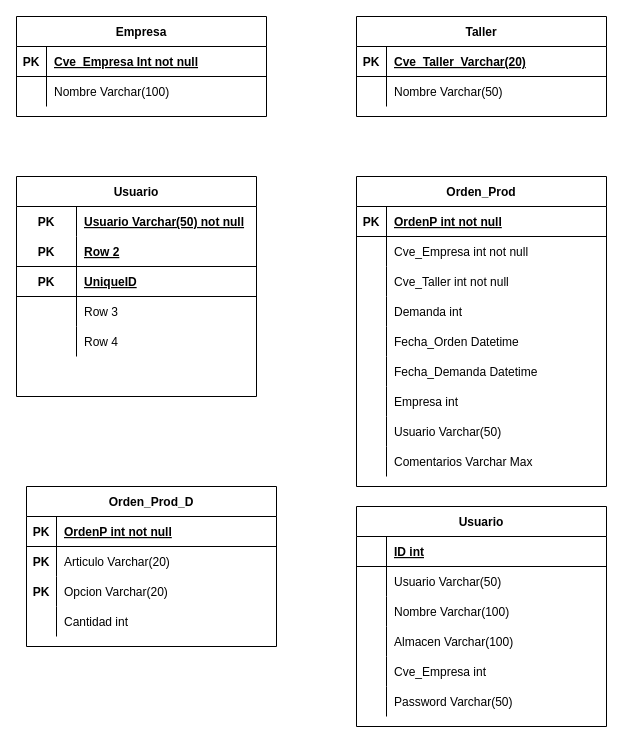
ericF83/DiagramasDBIG015 keeps this draw.io diagram as Diagrama sin título.drawio. Above is the earlier version. Source tidied: cells renumbered, new cells numbered last; positions are measured from the earlier drawing's top-left corner, leaving out a move shared by most shapes. Both pictures are drawn from the tidied source at 100%, with x=0, y=0 at pixel (16, 16).
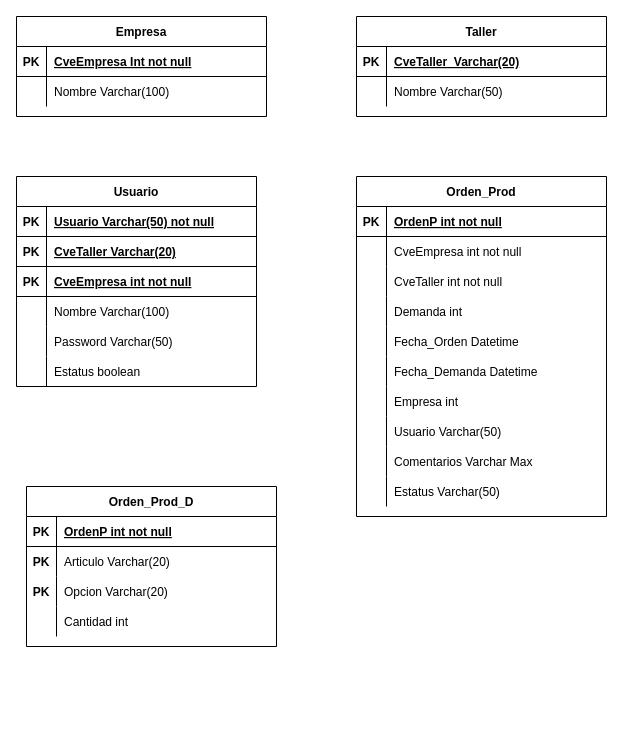
After the change.

The change refers to these unchanged cells:
```xml
<mxCell id="22" style="shape=partialRectangle;fillColor=none;top=0;left=0;right=0;bottom=1;" parent="21" vertex="1">
  <mxGeometry y="30" width="250" height="30" as="geometry" />
</mxCell>
<mxCell id="29" style="shape=partialRectangle;fillColor=none;top=0;left=0;right=0;bottom=1;" parent="28" vertex="1">
  <mxGeometry y="30" width="250" height="30" as="geometry" />
</mxCell>
<mxCell id="39" style="shape=partialRectangle;fillColor=none;top=0;left=0;right=0;bottom=1;strokeColor=none;" parent="35" vertex="1">
  <mxGeometry y="60" width="250" height="30" as="geometry" />
</mxCell>
<mxCell id="42" style="shape=partialRectangle;fillColor=none;top=0;left=0;right=0;bottom=1;strokeColor=none;" parent="35" vertex="1">
  <mxGeometry y="90" width="250" height="30" as="geometry" />
</mxCell>
```

Diff of the diagram source:
```diff
@@
-    <mxCell id="2" value="Usuario" style="shape=table;startSize=30;childLayout=tableLayout;rowLines=0;fontStyle=1;align=center;" parent="1" vertex="1">
-      <mxGeometry x="340" y="490" width="250" height="220" as="geometry" />
-    </mxCell>
-    <mxCell id="3" style="shape=partialRectangle;fillColor=none;top=0;left=0;right=0;bottom=1;strokeColor=default;" parent="2" vertex="1">
-      <mxGeometry y="30" width="250" height="30" as="geometry" />
-    </mxCell>
-    <mxCell id="4" style="shape=partialRectangle;overflow=hidden;fillColor=none;top=0;left=0;bottom=0;right=0;fontStyle=1;" parent="3" vertex="1">
-      <mxGeometry width="30" height="30" as="geometry" />
-    </mxCell>
-    <mxCell id="5" value="ID int" style="shape=partialRectangle;overflow=hidden;fillColor=none;top=0;left=0;bottom=0;right=0;align=left;spacingLeft=6;fontStyle=5;strokeColor=default;" parent="3" vertex="1">
-      <mxGeometry x="30" width="220" height="30" as="geometry" />
-    </mxCell>
-    <mxCell id="6" style="shape=partialRectangle;fillColor=none;top=0;left=0;right=0;bottom=0;strokeColor=default;" parent="2" vertex="1">
-      <mxGeometry y="60" width="250" height="30" as="geometry" />
-    </mxCell>
-    <mxCell id="7" style="shape=partialRectangle;overflow=hidden;fillColor=none;top=0;left=0;bottom=0;right=0;" parent="6" vertex="1">
-      <mxGeometry width="30" height="30" as="geometry" />
-    </mxCell>
-    <mxCell id="8" value="Usuario Varchar(50)" style="shape=partialRectangle;overflow=hidden;fillColor=none;top=0;left=0;bottom=0;right=0;align=left;spacingLeft=6;strokeColor=#000000;" parent="6" vertex="1">
-      <mxGeometry x="30" width="220" height="30" as="geometry" />
-    </mxCell>
-    <mxCell id="9" style="shape=partialRectangle;top=0;left=0;right=0;bottom=0;fillColor=none;perimeterSpacing=0;" parent="2" vertex="1">
-      <mxGeometry y="90" width="250" height="30" as="geometry" />
-    </mxCell>
-    <mxCell id="10" style="shape=partialRectangle;overflow=hidden;fillColor=none;top=0;left=0;bottom=0;right=0;" parent="9" vertex="1">
-      <mxGeometry width="30" height="30" as="geometry" />
-    </mxCell>
-    <mxCell id="11" value="Nombre Varchar(100)" style="shape=partialRectangle;overflow=hidden;fillColor=none;top=0;left=0;bottom=0;right=0;align=left;spacingLeft=6;" parent="9" vertex="1">
-      <mxGeometry x="30" width="220" height="30" as="geometry" />
-    </mxCell>
-    <mxCell id="12" style="shape=partialRectangle;fillColor=none;top=0;left=0;right=0;bottom=0;" parent="2" vertex="1">
-      <mxGeometry y="120" width="250" height="30" as="geometry" />
-    </mxCell>
-    <mxCell id="13" style="shape=partialRectangle;overflow=hidden;fillColor=none;top=0;left=0;bottom=0;right=0;" parent="12" vertex="1">
-      <mxGeometry width="30" height="30" as="geometry" />
-    </mxCell>
-    <mxCell id="14" value="Almacen Varchar(100)" style="shape=partialRectangle;overflow=hidden;fillColor=none;top=0;left=0;bottom=0;right=0;align=left;spacingLeft=6;" parent="12" vertex="1">
-      <mxGeometry x="30" width="220" height="30" as="geometry" />
-    </mxCell>
-    <mxCell id="15" style="shape=partialRectangle;fillColor=none;top=0;left=0;right=0;bottom=0;" parent="2" vertex="1">
-      <mxGeometry y="150" width="250" height="30" as="geometry" />
-    </mxCell>
-    <mxCell id="16" style="shape=partialRectangle;overflow=hidden;fillColor=none;top=0;left=0;bottom=0;right=0;" parent="15" vertex="1">
-      <mxGeometry width="30" height="30" as="geometry" />
-    </mxCell>
-    <mxCell id="17" value="Cve_Empresa int" style="shape=partialRectangle;overflow=hidden;fillColor=none;top=0;left=0;bottom=0;right=0;align=left;spacingLeft=6;" parent="15" vertex="1">
-      <mxGeometry x="30" width="220" height="30" as="geometry" />
-    </mxCell>
-    <mxCell id="18" style="shape=partialRectangle;fillColor=none;top=0;left=0;right=0;bottom=0;" parent="2" vertex="1">
-      <mxGeometry y="180" width="250" height="30" as="geometry" />
-    </mxCell>
-    <mxCell id="19" style="shape=partialRectangle;overflow=hidden;fillColor=none;top=0;left=0;bottom=0;right=0;" parent="18" vertex="1">
-      <mxGeometry width="30" height="30" as="geometry" />
-    </mxCell>
-    <mxCell id="20" value="Password Varchar(50)" style="shape=partialRectangle;overflow=hidden;fillColor=none;top=0;left=0;bottom=0;right=0;align=left;spacingLeft=6;" parent="18" vertex="1">
-      <mxGeometry x="30" width="220" height="30" as="geometry" />
-    </mxCell>
@@
-    <mxCell id="24" value="Cve_Empresa Int not null" style="shape=partialRectangle;overflow=hidden;fillColor=none;top=0;left=0;bottom=0;right=0;align=left;spacingLeft=6;fontStyle=5;" parent="22" vertex="1">
+    <mxCell id="24" value="CveEmpresa Int not null" style="shape=partialRectangle;overflow=hidden;fillColor=none;top=0;left=0;bottom=0;right=0;align=left;spacingLeft=6;fontStyle=5;" parent="22" vertex="1">
       <mxGeometry x="30" width="220" height="30" as="geometry" />
     </mxCell>
@@
-    <mxCell id="31" value="Cve_Taller  Varchar(20)" style="shape=partialRectangle;overflow=hidden;fillColor=none;top=0;left=0;bottom=0;right=0;align=left;spacingLeft=6;fontStyle=5;" parent="29" vertex="1">
+    <mxCell id="31" value="CveTaller  Varchar(20)" style="shape=partialRectangle;overflow=hidden;fillColor=none;top=0;left=0;bottom=0;right=0;align=left;spacingLeft=6;fontStyle=5;" parent="29" vertex="1">
       <mxGeometry x="30" width="220" height="30" as="geometry" />
     </mxCell>
@@
     <mxCell id="35" value="Orden_Prod" style="shape=table;startSize=30;childLayout=tableLayout;rowLines=0;fontStyle=1;align=center;" parent="1" vertex="1">
-      <mxGeometry x="340" y="160" width="250" height="310" as="geometry" />
+      <mxGeometry x="340" y="160" width="250" height="340" as="geometry" />
     </mxCell>
@@
-    <mxCell id="41" value="Cve_Empresa int not null" style="shape=partialRectangle;overflow=hidden;fillColor=none;top=0;left=0;bottom=0;right=0;align=left;spacingLeft=6;fontStyle=0;" parent="39" vertex="1">
+    <mxCell id="41" value="CveEmpresa int not null" style="shape=partialRectangle;overflow=hidden;fillColor=none;top=0;left=0;bottom=0;right=0;align=left;spacingLeft=6;fontStyle=0;" parent="39" vertex="1">
       <mxGeometry x="30" width="220" height="30" as="geometry" />
     </mxCell>
@@
-    <mxCell id="44" value="Cve_Taller int not null" style="shape=partialRectangle;overflow=hidden;fillColor=none;top=0;left=0;bottom=0;right=0;align=left;spacingLeft=6;fontStyle=0;" parent="42" vertex="1">
+    <mxCell id="44" value="CveTaller int not null" style="shape=partialRectangle;overflow=hidden;fillColor=none;top=0;left=0;bottom=0;right=0;align=left;spacingLeft=6;fontStyle=0;" parent="42" vertex="1">
       <mxGeometry x="30" width="220" height="30" as="geometry" />
     </mxCell>
@@
+    <mxCell id="92" style="shape=tableRow;horizontal=0;startSize=0;swimlaneHead=0;swimlaneBody=0;fillColor=none;top=0;left=0;right=0;bottom=0;" parent="35" vertex="1">
+      <mxGeometry y="300" width="250" height="30" as="geometry" />
+    </mxCell>
+    <mxCell id="93" style="shape=partialRectangle;fillColor=none;top=0;left=0;bottom=0;right=0;overflow=hidden;" parent="92" vertex="1">
+      <mxGeometry width="30" height="30" as="geometry" />
+    </mxCell>
+    <mxCell id="94" value="Estatus Varchar(50)" style="shape=partialRectangle;fillColor=none;top=0;left=0;bottom=0;right=0;align=left;spacingLeft=6;overflow=hidden;" parent="92" vertex="1">
+      <mxGeometry x="30" width="220" height="30" as="geometry" />
+    </mxCell>
@@
-    <mxCell id="76" value="Usuario" style="shape=table;startSize=30;childLayout=tableLayout;rowLines=0;fontStyle=1;align=center;strokeColor=default;fillColor=none;" parent="1" vertex="1">
-      <mxGeometry y="160" width="240" height="220" as="geometry" />
-    </mxCell>
-    <mxCell id="77" style="shape=tableRow;horizontal=0;startSize=0;swimlaneHead=0;swimlaneBody=0;fillColor=none;top=0;left=0;right=0;bottom=0;strokeColor=default;" parent="76" vertex="1">
-      <mxGeometry y="30" width="240" height="30" as="geometry" />
-    </mxCell>
-    <mxCell id="78" value="PK" style="shape=partialRectangle;fillColor=none;top=0;left=0;bottom=0;right=0;fontStyle=1;overflow=hidden;strokeColor=default;" parent="77" vertex="1">
-      <mxGeometry width="60" height="30" as="geometry" />
-    </mxCell>
+    <mxCell id="2" value="Usuario" style="shape=table;startSize=30;childLayout=tableLayout;rowLines=0;fontStyle=1;align=center;" parent="1" vertex="1">
+      <mxGeometry y="160" width="240" height="210" as="geometry" />
+    </mxCell>
+    <mxCell id="95" style="shape=tableRow;horizontal=0;startSize=0;swimlaneHead=0;swimlaneBody=0;fillColor=none;top=0;left=0;right=0;bottom=1;" parent="2" vertex="1">
+      <mxGeometry y="30" width="240" height="30" as="geometry" />
+    </mxCell>
+    <mxCell id="96" value="PK" style="shape=partialRectangle;fillColor=none;top=0;left=0;bottom=0;right=0;fontStyle=1;overflow=hidden;" parent="95" vertex="1">
+      <mxGeometry width="30" height="30" as="geometry" />
+    </mxCell>
-    <mxCell id="79" value="Usuario Varchar(50) not null" style="shape=partialRectangle;fillColor=none;top=0;left=0;bottom=0;right=0;align=left;spacingLeft=6;fontStyle=5;overflow=hidden;strokeColor=default;" parent="77" vertex="1">
-      <mxGeometry x="60" width="180" height="30" as="geometry" />
+    <mxCell id="79" value="Usuario Varchar(50) not null" style="shape=partialRectangle;fillColor=none;top=0;left=0;bottom=0;right=0;align=left;spacingLeft=6;fontStyle=5;overflow=hidden;" parent="95" vertex="1">
+      <mxGeometry x="30" width="210" height="30" as="geometry" />
     </mxCell>
-    <mxCell id="80" style="shape=tableRow;horizontal=0;startSize=0;swimlaneHead=0;swimlaneBody=0;fillColor=none;top=0;left=0;right=0;bottom=1;strokeColor=default;" parent="76" vertex="1">
-      <mxGeometry y="60" width="240" height="30" as="geometry" />
-    </mxCell>
-    <mxCell id="81" value="PK" style="shape=partialRectangle;fillColor=none;top=0;left=0;bottom=0;right=0;fontStyle=1;overflow=hidden;strokeColor=default;" parent="80" vertex="1">
-      <mxGeometry width="60" height="30" as="geometry" />
-    </mxCell>
-    <mxCell id="82" value="Row 2" style="shape=partialRectangle;fillColor=none;top=0;left=0;bottom=0;right=0;align=left;spacingLeft=6;fontStyle=5;overflow=hidden;strokeColor=default;" parent="80" vertex="1">
-      <mxGeometry x="60" width="180" height="30" as="geometry" />
-    </mxCell>
-    <mxCell id="83" style="shape=tableRow;horizontal=0;startSize=0;swimlaneHead=0;swimlaneBody=0;fillColor=none;top=0;left=0;right=0;bottom=1;strokeColor=default;" parent="76" vertex="1">
-      <mxGeometry y="90" width="240" height="30" as="geometry" />
-    </mxCell>
-    <mxCell id="84" value="PK" style="shape=partialRectangle;fillColor=none;top=0;left=0;bottom=0;right=0;fontStyle=1;overflow=hidden;strokeColor=default;" parent="83" vertex="1">
-      <mxGeometry width="60" height="30" as="geometry" />
-    </mxCell>
-    <mxCell id="85" value="UniqueID" style="shape=partialRectangle;fillColor=none;top=0;left=0;bottom=0;right=0;align=left;spacingLeft=6;fontStyle=5;overflow=hidden;strokeColor=default;" parent="83" vertex="1">
-      <mxGeometry x="60" width="180" height="30" as="geometry" />
-    </mxCell>
-    <mxCell id="86" style="shape=tableRow;horizontal=0;startSize=0;swimlaneHead=0;swimlaneBody=0;fillColor=none;top=0;left=0;right=0;bottom=0;strokeColor=default;" parent="76" vertex="1">
-      <mxGeometry y="120" width="240" height="30" as="geometry" />
-    </mxCell>
-    <mxCell id="87" style="shape=partialRectangle;fillColor=none;top=0;left=0;bottom=0;right=0;overflow=hidden;strokeColor=default;" parent="86" vertex="1">
-      <mxGeometry width="60" height="30" as="geometry" />
-    </mxCell>
-    <mxCell id="88" value="Row 3" style="shape=partialRectangle;fillColor=none;top=0;left=0;bottom=0;right=0;align=left;spacingLeft=6;overflow=hidden;strokeColor=default;" parent="86" vertex="1">
-      <mxGeometry x="60" width="180" height="30" as="geometry" />
-    </mxCell>
-    <mxCell id="89" style="shape=tableRow;horizontal=0;startSize=0;swimlaneHead=0;swimlaneBody=0;fillColor=none;top=0;left=0;right=0;bottom=0;strokeColor=default;" parent="76" vertex="1">
-      <mxGeometry y="150" width="240" height="30" as="geometry" />
-    </mxCell>
-    <mxCell id="90" style="shape=partialRectangle;fillColor=none;top=0;left=0;bottom=0;right=0;overflow=hidden;strokeColor=default;" parent="89" vertex="1">
-      <mxGeometry width="60" height="30" as="geometry" />
-    </mxCell>
-    <mxCell id="91" value="Row 4" style="shape=partialRectangle;fillColor=none;top=0;left=0;bottom=0;right=0;align=left;spacingLeft=6;overflow=hidden;strokeColor=default;" parent="89" vertex="1">
-      <mxGeometry x="60" width="180" height="30" as="geometry" />
-    </mxCell>
+    <mxCell id="97" style="shape=tableRow;horizontal=0;startSize=0;swimlaneHead=0;swimlaneBody=0;fillColor=none;top=0;left=0;right=0;bottom=1;" parent="2" vertex="1">
+      <mxGeometry y="60" width="240" height="30" as="geometry" />
+    </mxCell>
+    <mxCell id="98" value="PK" style="shape=partialRectangle;fillColor=none;top=0;left=0;bottom=0;right=0;fontStyle=1;overflow=hidden;" parent="97" vertex="1">
+      <mxGeometry width="30" height="30" as="geometry" />
+    </mxCell>
+    <mxCell id="99" value="CveTaller Varchar(20)" style="shape=partialRectangle;fillColor=none;top=0;left=0;bottom=0;right=0;align=left;spacingLeft=6;fontStyle=5;overflow=hidden;" parent="97" vertex="1">
+      <mxGeometry x="30" width="210" height="30" as="geometry" />
+    </mxCell>
+    <mxCell id="100" style="shape=tableRow;horizontal=0;startSize=0;swimlaneHead=0;swimlaneBody=0;fillColor=none;top=0;left=0;right=0;bottom=1;" parent="2" vertex="1">
+      <mxGeometry y="90" width="240" height="30" as="geometry" />
+    </mxCell>
+    <mxCell id="101" value="PK" style="shape=partialRectangle;fillColor=none;top=0;left=0;bottom=0;right=0;fontStyle=1;overflow=hidden;" parent="100" vertex="1">
+      <mxGeometry width="30" height="30" as="geometry" />
+    </mxCell>
+    <mxCell id="102" value="CveEmpresa int not null" style="shape=partialRectangle;fillColor=none;top=0;left=0;bottom=0;right=0;align=left;spacingLeft=6;fontStyle=5;overflow=hidden;" parent="100" vertex="1">
+      <mxGeometry x="30" width="210" height="30" as="geometry" />
+    </mxCell>
+    <mxCell id="103" style="shape=tableRow;horizontal=0;startSize=0;swimlaneHead=0;swimlaneBody=0;fillColor=none;top=0;left=0;right=0;bottom=0;" parent="2" vertex="1">
+      <mxGeometry y="120" width="240" height="30" as="geometry" />
+    </mxCell>
+    <mxCell id="104" style="shape=partialRectangle;fillColor=none;top=0;left=0;bottom=0;right=0;overflow=hidden;" parent="103" vertex="1">
+      <mxGeometry width="30" height="30" as="geometry" />
+    </mxCell>
+    <mxCell id="11" value="Nombre Varchar(100)" style="shape=partialRectangle;fillColor=none;top=0;left=0;bottom=0;right=0;align=left;spacingLeft=6;overflow=hidden;" parent="103" vertex="1">
+      <mxGeometry x="30" width="210" height="30" as="geometry" />
+    </mxCell>
+    <mxCell id="105" style="shape=tableRow;horizontal=0;startSize=0;swimlaneHead=0;swimlaneBody=0;fillColor=none;top=0;left=0;right=0;bottom=0;" parent="2" vertex="1">
+      <mxGeometry y="150" width="240" height="30" as="geometry" />
+    </mxCell>
+    <mxCell id="106" style="shape=partialRectangle;fillColor=none;top=0;left=0;bottom=0;right=0;overflow=hidden;" parent="105" vertex="1">
+      <mxGeometry width="30" height="30" as="geometry" />
+    </mxCell>
+    <mxCell id="20" value="Password Varchar(50)" style="shape=partialRectangle;fillColor=none;top=0;left=0;bottom=0;right=0;align=left;spacingLeft=6;overflow=hidden;" parent="105" vertex="1">
+      <mxGeometry x="30" width="210" height="30" as="geometry" />
+    </mxCell>
+    <mxCell id="107" style="shape=tableRow;horizontal=0;startSize=0;swimlaneHead=0;swimlaneBody=0;fillColor=none;top=0;left=0;right=0;bottom=0;" parent="2" vertex="1">
+      <mxGeometry y="180" width="240" height="30" as="geometry" />
+    </mxCell>
+    <mxCell id="108" style="shape=partialRectangle;fillColor=none;top=0;left=0;bottom=0;right=0;overflow=hidden;" parent="107" vertex="1">
+      <mxGeometry width="30" height="30" as="geometry" />
+    </mxCell>
+    <mxCell id="109" value="Estatus boolean" style="shape=partialRectangle;fillColor=none;top=0;left=0;bottom=0;right=0;align=left;spacingLeft=6;overflow=hidden;" parent="107" vertex="1">
+      <mxGeometry x="30" width="210" height="30" as="geometry" />
+    </mxCell>
```
